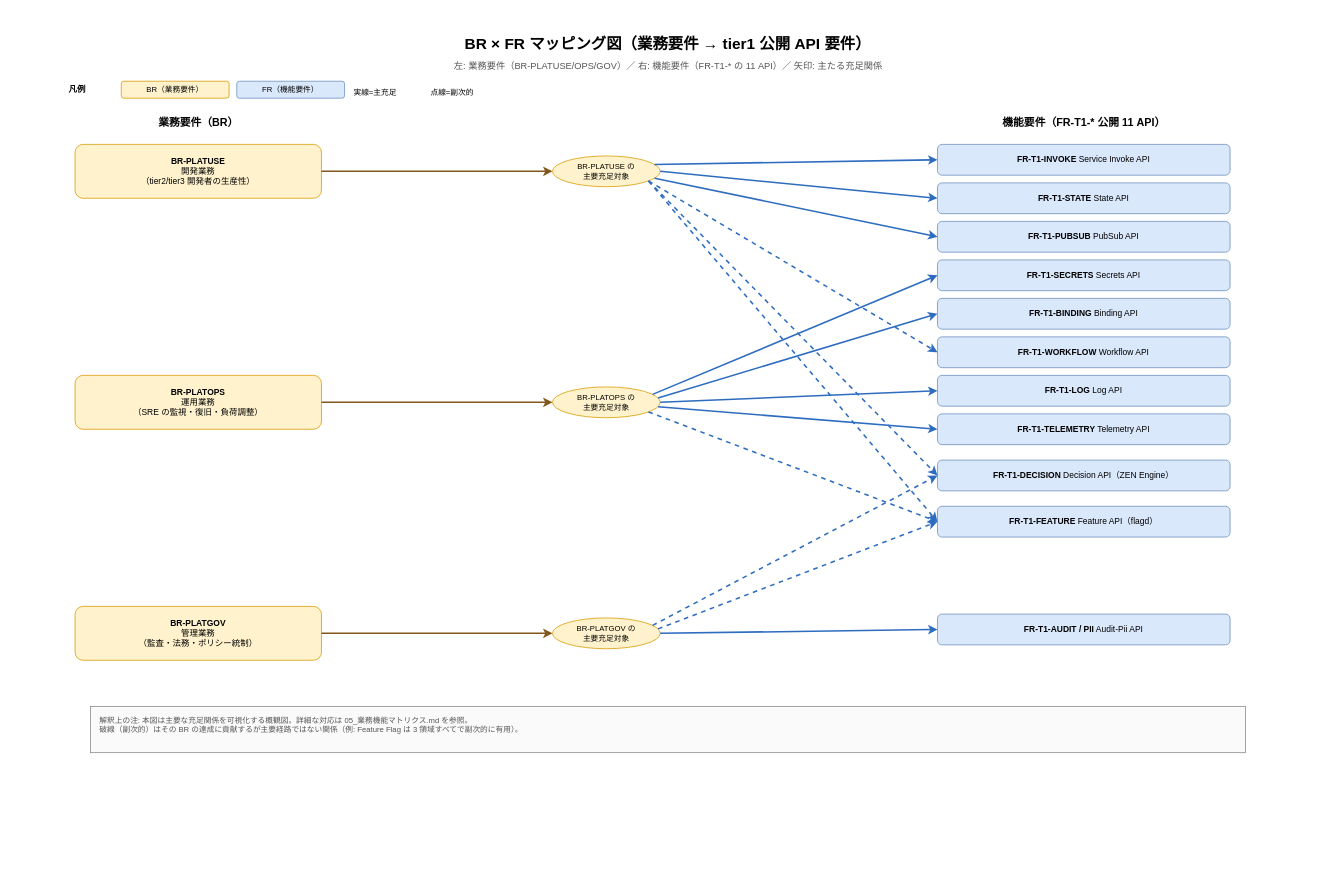
This is docs/03_要件定義/80_トレーサビリティ/img/br_fr_mapping.drawio from RyuheiKiso/k1s0, a draw.io file, before an edit. Source tidied: cells renumbered, new cells numbered last; positions are measured from the earlier drawing's top-left corner, leaving out a move shared by most shapes. Both pictures are drawn from the tidied source at 77%, with x=0, y=0 at pixel (13, 13).
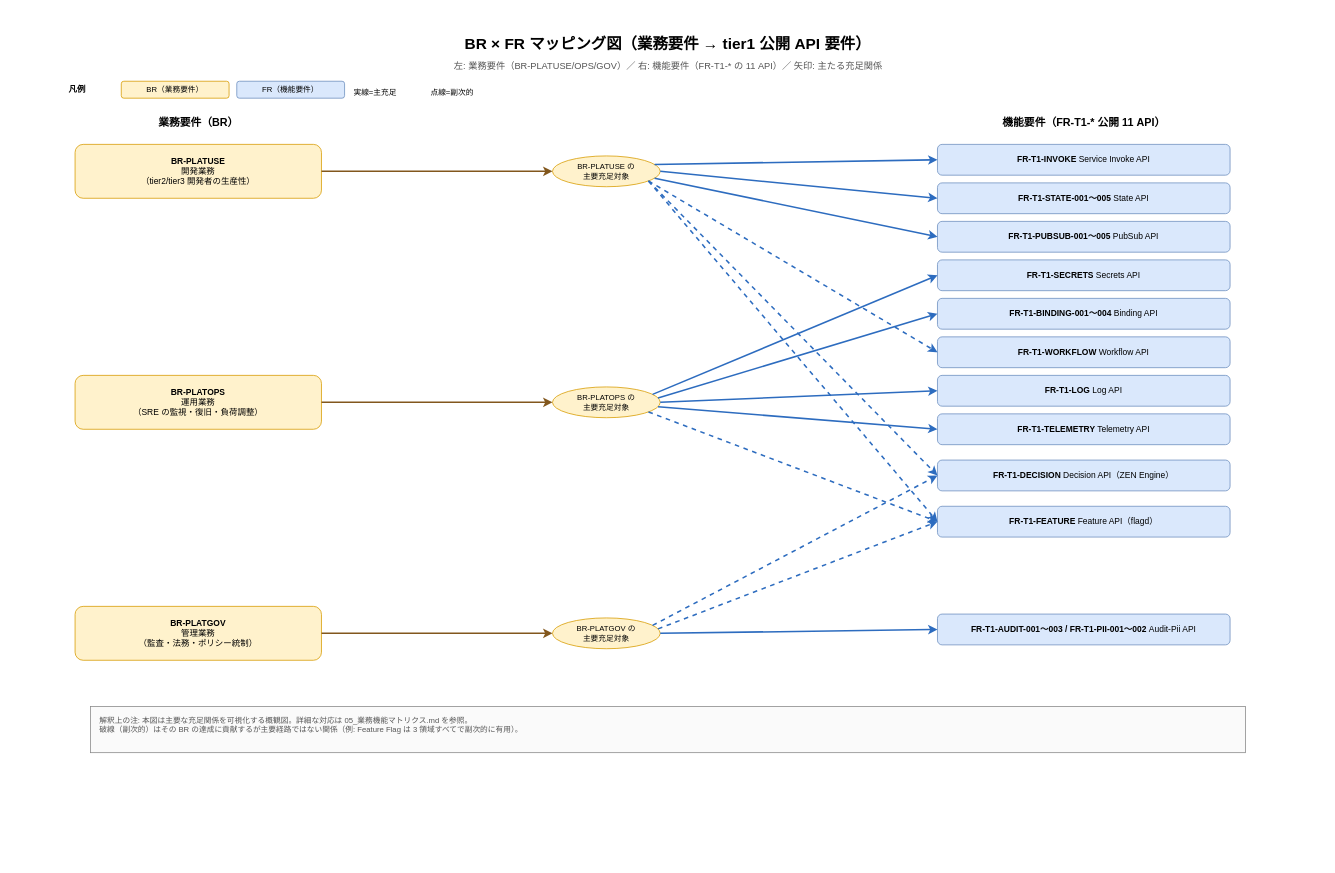
The same page after the edit.

Diff of the diagram source:
```diff
@@
-    <mxCell id="16" value="&lt;b&gt;FR-T1-STATE&lt;/b&gt; State API" style="rounded=1;whiteSpace=wrap;html=1;fillColor=#dae8fc;strokeColor=#6c8ebf;fontSize=11;verticalAlign=middle;align=center;" parent="1" vertex="1">
+    <mxCell id="16" value="&lt;b&gt;FR-T1-STATE-001〜005&lt;/b&gt; State API" style="rounded=1;whiteSpace=wrap;html=1;fillColor=#dae8fc;strokeColor=#6c8ebf;fontSize=11;verticalAlign=middle;align=center;" parent="1" vertex="1">
       <mxGeometry x="1200" y="220" width="380" height="40" as="geometry" />
     </mxCell>
-    <mxCell id="17" value="&lt;b&gt;FR-T1-PUBSUB&lt;/b&gt; PubSub API" style="rounded=1;whiteSpace=wrap;html=1;fillColor=#dae8fc;strokeColor=#6c8ebf;fontSize=11;verticalAlign=middle;align=center;" parent="1" vertex="1">
+    <mxCell id="17" value="&lt;b&gt;FR-T1-PUBSUB-001〜005&lt;/b&gt; PubSub API" style="rounded=1;whiteSpace=wrap;html=1;fillColor=#dae8fc;strokeColor=#6c8ebf;fontSize=11;verticalAlign=middle;align=center;" parent="1" vertex="1">
       <mxGeometry x="1200" y="270" width="380" height="40" as="geometry" />
     </mxCell>
@@
-    <mxCell id="19" value="&lt;b&gt;FR-T1-BINDING&lt;/b&gt; Binding API" style="rounded=1;whiteSpace=wrap;html=1;fillColor=#dae8fc;strokeColor=#6c8ebf;fontSize=11;verticalAlign=middle;align=center;" parent="1" vertex="1">
+    <mxCell id="19" value="&lt;b&gt;FR-T1-BINDING-001〜004&lt;/b&gt; Binding API" style="rounded=1;whiteSpace=wrap;html=1;fillColor=#dae8fc;strokeColor=#6c8ebf;fontSize=11;verticalAlign=middle;align=center;" parent="1" vertex="1">
       <mxGeometry x="1200" y="370" width="380" height="40" as="geometry" />
     </mxCell>
@@
-    <mxCell id="24" value="&lt;b&gt;FR-T1-AUDIT / PII&lt;/b&gt; Audit-Pii API" style="rounded=1;whiteSpace=wrap;html=1;fillColor=#dae8fc;strokeColor=#6c8ebf;fontSize=11;verticalAlign=middle;align=center;" parent="1" vertex="1">
+    <mxCell id="24" value="&lt;b&gt;FR-T1-AUDIT-001〜003 / FR-T1-PII-001〜002&lt;/b&gt; Audit-Pii API" style="rounded=1;whiteSpace=wrap;html=1;fillColor=#dae8fc;strokeColor=#6c8ebf;fontSize=11;verticalAlign=middle;align=center;" parent="1" vertex="1">
       <mxGeometry x="1200" y="780" width="380" height="40" as="geometry" />
     </mxCell>
```
